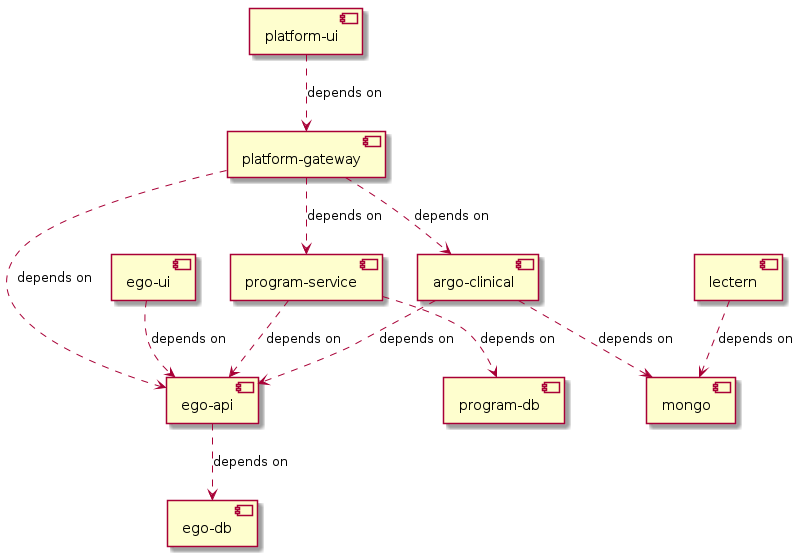
Earlier version of the PlantUML export compose/assets/relationship.png (icgc-argo/platform-ui).
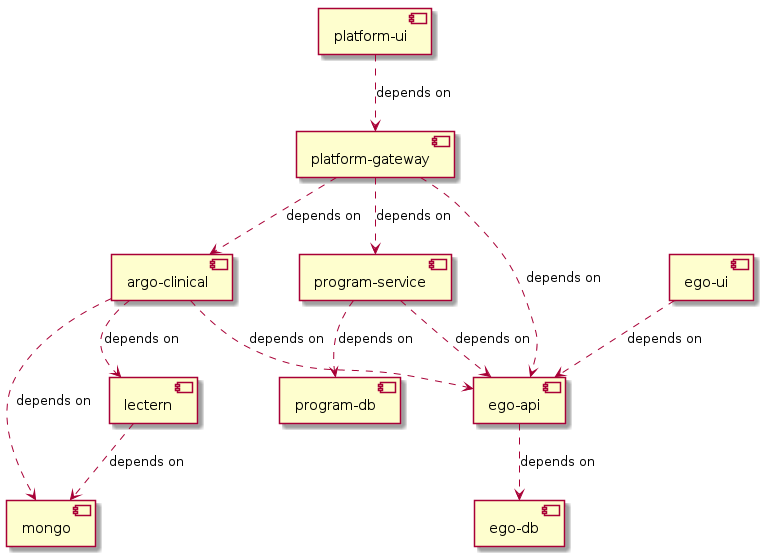
After the change.

Commit message:
🐳 clinical depends on lectern

Change to the diagram source:
```diff
@@ -11,6 +11,7 @@
 [program-db]
 [program-service]
 [argo-clinical] ..> [ego-api] : depends on
+[argo-clinical] ..> [lectern] : depends on
 [argo-clinical] ..> [mongo] : depends on
 [ego-api] ..> [ego-db] : depends on
 [ego-ui] ..> [ego-api] : depends on
```
